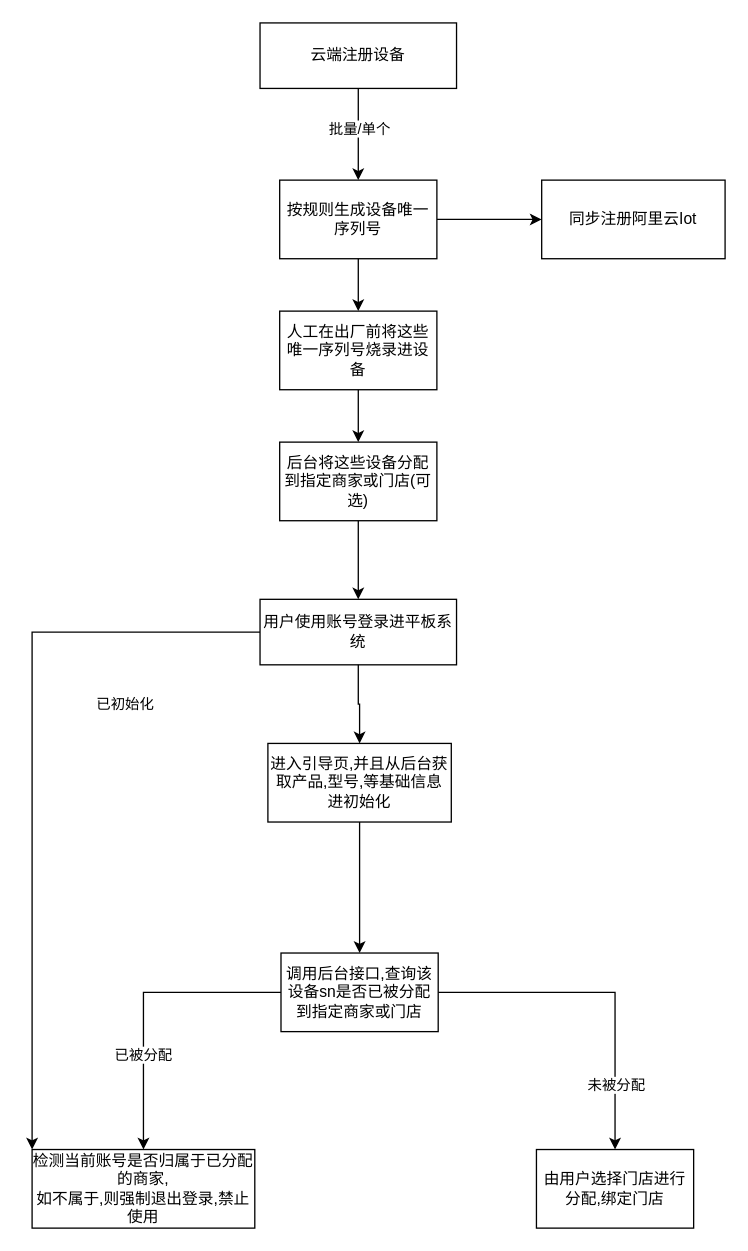
zfyzmh/zfyzmh keeps this draw.io diagram as FlowChart/未命名绘图.drawio. Above is the earlier version. Source tidied: cells renumbered, new cells numbered last; positions are measured from the earlier drawing's top-left corner, leaving out a move shared by most shapes. Both pictures are drawn from the tidied source at 131%, with x=0, y=0 at pixel (31, 22).
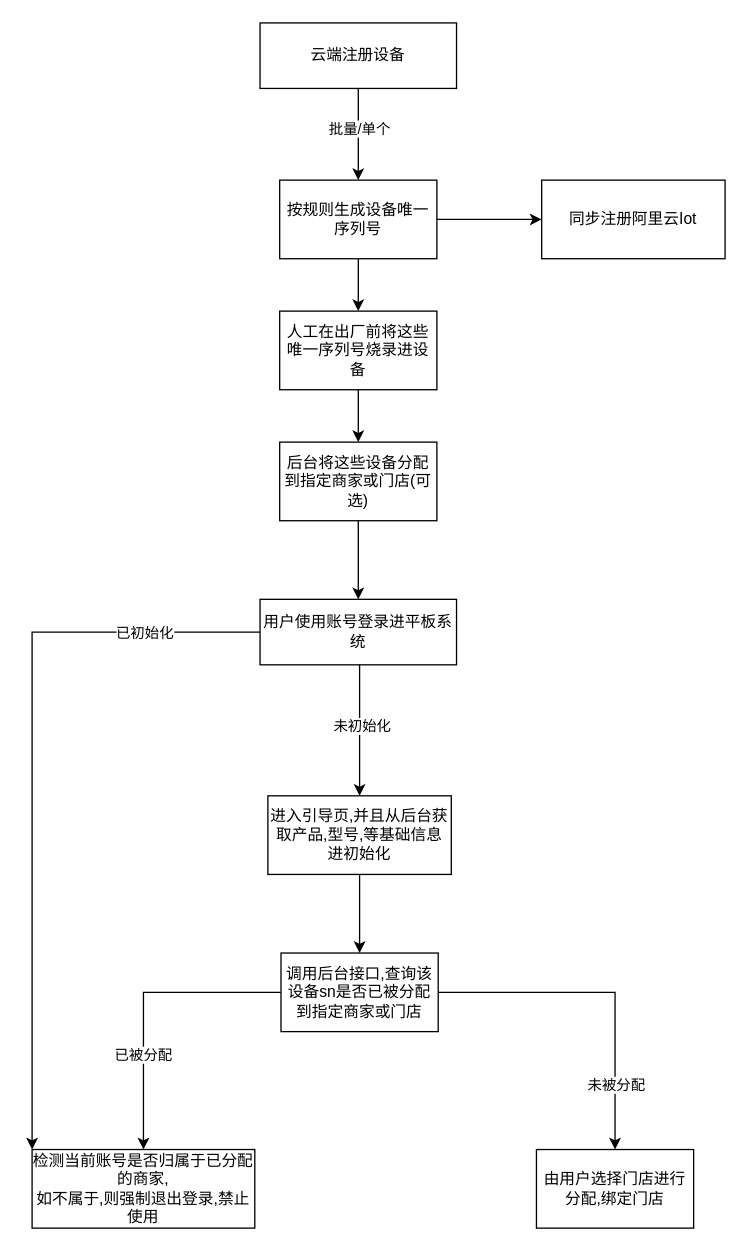
The same page after the edit.

Commit message:
更新未命名绘图.drawio

The change refers to these unchanged cells:
```xml
<mxCell id="14" style="edgeStyle=orthogonalEdgeStyle;rounded=0;jettySize=auto;html=1;entryX=0;entryY=0;entryDx=0;entryDy=0;exitX=0;exitY=0.5;exitDx=0;exitDy=0;" parent="1" edge="1" source="16" target="19">
  <mxGeometry relative="1" as="geometry">
    <Array as="points">
      <mxPoint x="110" y="465" />
      <mxPoint x="110" y="465" />
      <mxPoint y="465" />
    </Array>
  </mxGeometry>
</mxCell>
<mxCell id="16" value="用户使用账号登录进平板系统" style="rounded=0;whiteSpace=wrap;html=1;" parent="1" vertex="1">
  <mxGeometry x="174" y="440" width="150" height="50" as="geometry" />
</mxCell>
```

Change to the diagram source:
```diff
@@
     <mxCell id="15" value="已初始化" style="edgeLabel;html=1;align=center;verticalAlign=middle;" parent="14" vertex="1">
       <mxGeometry x="-0.16" y="3" relative="1" as="geometry">
-        <mxPoint x="67" y="-11" as="offset" />
+        <mxPoint x="82" y="-65" as="offset" />
       </mxGeometry>
     </mxCell>
@@
     <mxCell id="24" style="edgeStyle=orthogonalEdgeStyle;rounded=0;jettySize=auto;html=1;" parent="1" edge="1" source="16" target="25">
-      <mxGeometry relative="1" as="geometry" />
+      <mxGeometry relative="1" as="geometry">
+        <Array as="points">
+          <mxPoint x="250" y="520" />
+          <mxPoint x="250" y="520" />
+        </Array>
+      </mxGeometry>
     </mxCell>
+    <mxCell id="26" value="未初始化" style="edgeLabel;html=1;align=center;verticalAlign=middle;" parent="24" vertex="1">
+      <mxGeometry x="-0.09" y="1" relative="1" as="geometry" />
+    </mxCell>
     <mxCell id="25" value="进入引导页,并且从后台获取产品,型号,等基础信息进初始化" style="rounded=0;whiteSpace=wrap;html=1;" parent="1" vertex="1">
-      <mxGeometry x="180" y="550" width="140" height="60" as="geometry" />
+      <mxGeometry x="180" y="590" width="140" height="60" as="geometry" />
     </mxCell>
```
